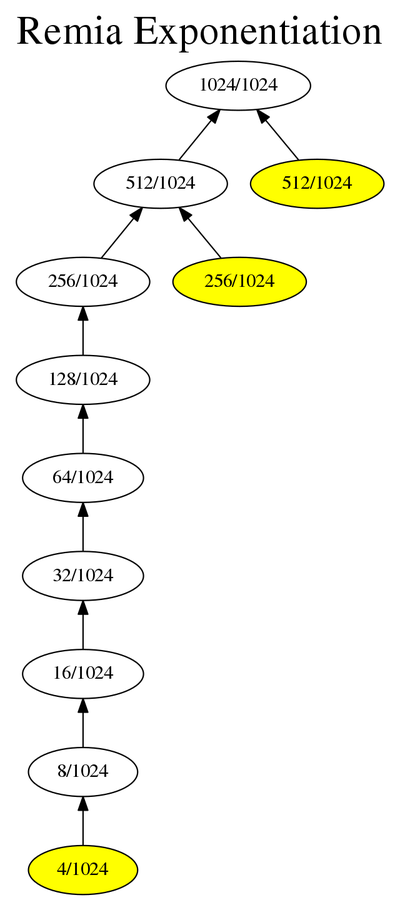
This is GuiTool/image/Remia/RemiaHeapDot.png from iitramar/guiTool, a Graphviz export, as it was before one commit. Its source is kept beside it as GuiTool/image/Remia/RemiaHeapDot.dot.
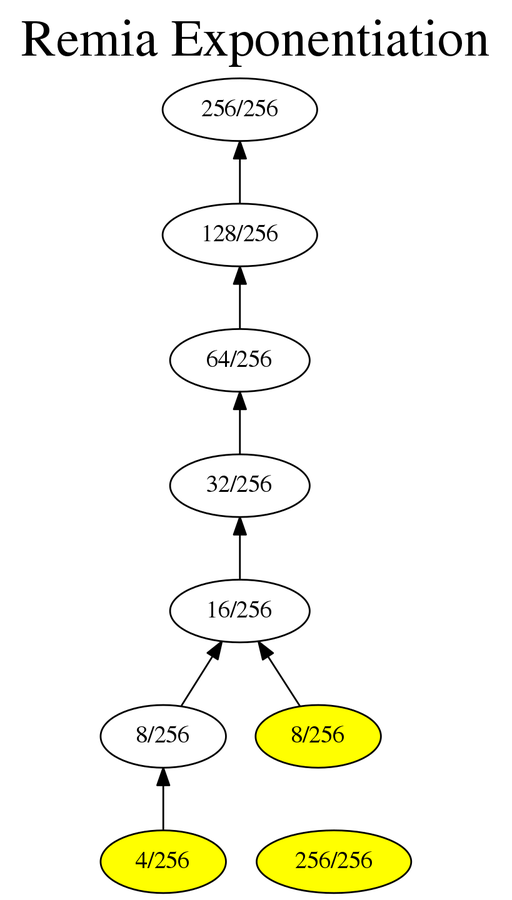
Above is the later version.

Diff of the diagram source:
```diff
@@ -1,28 +1,23 @@
 digraph G {
 rankdir = BT;
 graph [label= "Remia Exponentiation", labelloc=t, fontsize=30];
-101[label= " 1024/1024 " ];
-202[label= " 512/1024 " ];
+101[label= " 256/256 " ];
+202[label= " 128/256 " ];
 202->101
-203[label= " 512/1024 " ];
-203->101
-404[label= " 256/1024 " ];
+404[label= " 64/256 " ];
 404->202
-405[label= " 256/1024 " ];
-405->202
-808[label= " 128/1024 " ];
+808[label= " 32/256 " ];
 808->404
-1616[label= " 64/1024 " ];
+1616[label= " 16/256 " ];
 1616->808
-3232[label= " 32/1024 " ];
+3232[label= " 8/256 " ];
 3232->1616
-6464[label= " 16/1024 " ];
+3233[label= " 8/256 " ];
+3233->1616
+6464[label= " 4/256 " ];
 6464->3232
-12928[label= " 8/1024 " ];
-12928->6464
-25856[label= " 4/1024 " ];
-25856->12928
-25856[style=filled, fillcolor=yellow];
-405[style=filled, fillcolor=yellow];
-203[style=filled, fillcolor=yellow];
+6464[style=filled, fillcolor=yellow];
+3233[style=filled, fillcolor=yellow];
+201[label= " 256/256 " ];
+201[style=filled, fillcolor=yellow];
 }
```
